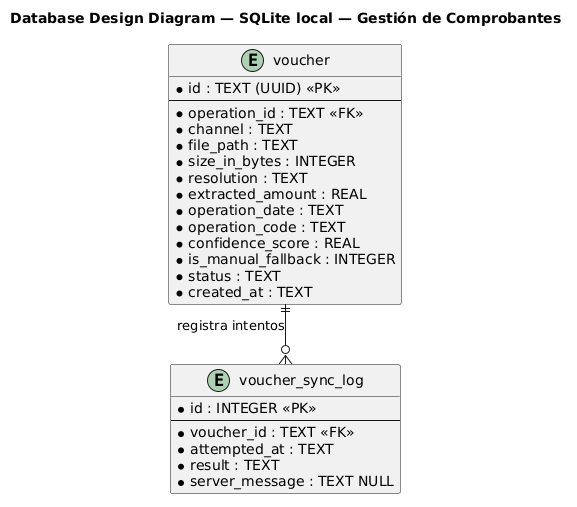
Before: assets/cap2/BC-Gestion-de-Comprobantes-Database-Design.png, a diagram exported from PlantUML (1ACC0238-2620-13981-NovaCorp-InmoNode/InmoNode-Project-Report).
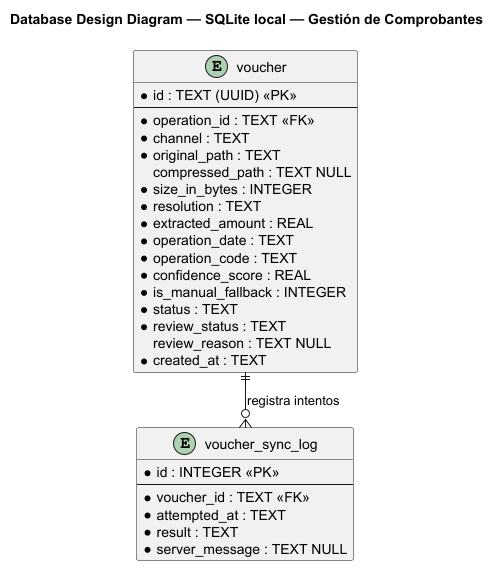
Above is the later version.

The edit, as a diff of the source:
```diff
@@ -1,4 +1,5 @@
 @startuml
+!pragma layout smetana
 title Database Design Diagram — SQLite local — Gestión de Comprobantes
 
 skinparam linetype ortho
@@ -8,7 +9,8 @@
   --
   * operation_id : TEXT <<FK>>
   * channel : TEXT
-  * file_path : TEXT
+  * original_path : TEXT
+  compressed_path : TEXT NULL
   * size_in_bytes : INTEGER
   * resolution : TEXT
   * extracted_amount : REAL
@@ -17,6 +19,8 @@
   * confidence_score : REAL
   * is_manual_fallback : INTEGER
   * status : TEXT
+  * review_status : TEXT
+  review_reason : TEXT NULL
   * created_at : TEXT
 }
 
```
